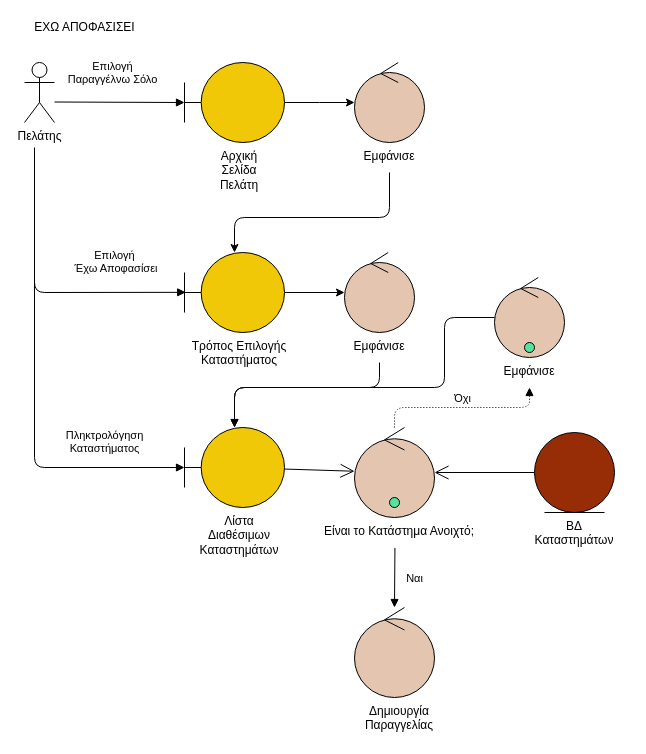
iloudaros/nomnomr keeps this draw.io diagram as docs/contributions/itsikelis/Phase 4/Robustness Diagrams v0.2/customer-solo-shop-decided.drawio. Above is the earlier version. Source tidied: cells renumbered, new cells numbered last; positions are measured from the earlier drawing's top-left corner, leaving out a move shared by most shapes. Both pictures are drawn from the tidied source at 100%, with x=0, y=0 at pixel (24, 17).
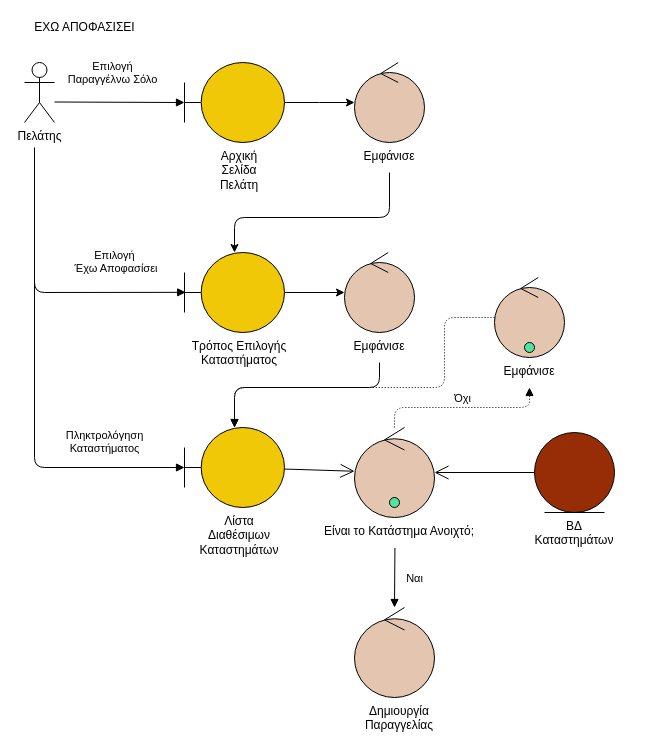
The same diagram, later.

Commit message:
corrected the line in the alternative flow

Unchanged cells that the change refers to:
```xml
<mxCell id="13" style="shape=umlBoundary;whiteSpace=wrap;html=1;strokeColor=#000000;fillColor=#F0C808;" parent="1" vertex="1">
  <mxGeometry x="160" y="410" width="100" height="80" as="geometry" />
</mxCell>
<mxCell id="21" style="ellipse;shape=umlControl;whiteSpace=wrap;html=1;fillColor=#E4C5AF;strokeColor=#000000;fontColor=#ffffff;" parent="1" vertex="1">
  <mxGeometry x="470" y="260" width="70" height="80" as="geometry" />
</mxCell>
```

What changed in the source:
```diff
@@
-    <mxCell id="22" style="endArrow=block;endFill=1;endSize=6;html=1;rounded=1;fillColor=#e51400;strokeColor=#000000;jumpStyle=arc;" parent="1" edge="1" source="21" target="13">
+    <mxCell id="22" style="endArrow=block;endFill=1;endSize=6;html=1;rounded=1;fillColor=#e51400;strokeColor=#000000;jumpStyle=arc;dashed=1;dashPattern=1 2;" parent="1" edge="1" source="21" target="13">
       <mxGeometry relative="1" as="geometry">
         <Array as="points">
           <mxPoint x="420" y="300" />
           <mxPoint x="420" y="370" />
           <mxPoint x="210" y="370" />
         </Array>
       </mxGeometry>
     </mxCell>
```
